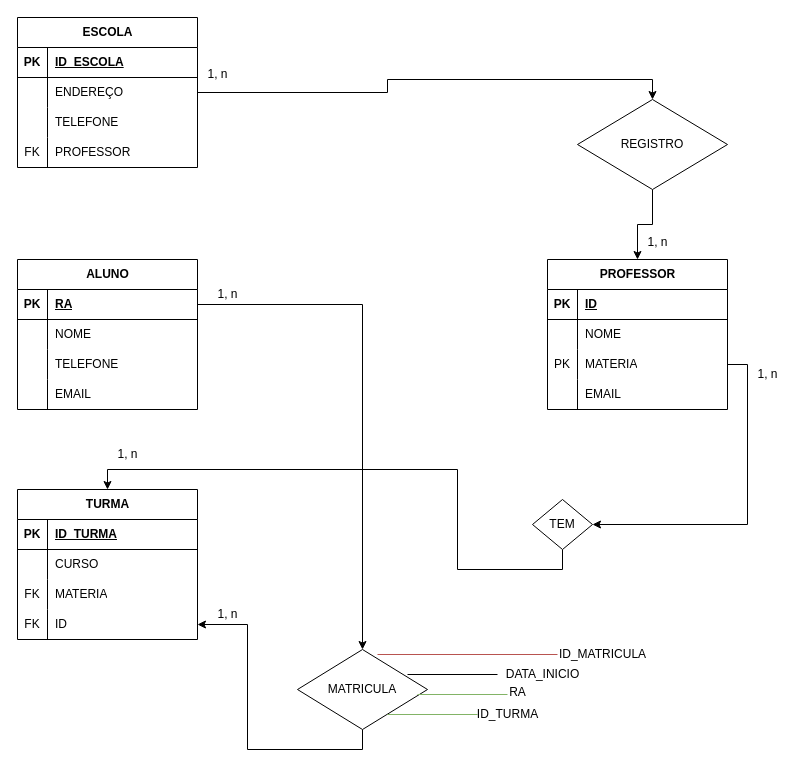
Above: BD de uma escola.drawio in FirmoDev/projeto (draw.io), before the change. Source tidied: cells renumbered, new cells numbered last; positions are measured from the earlier drawing's top-left corner, leaving out a move shared by most shapes. Both pictures are drawn from the tidied source at 100%, with x=0, y=0 at pixel (17, 17).
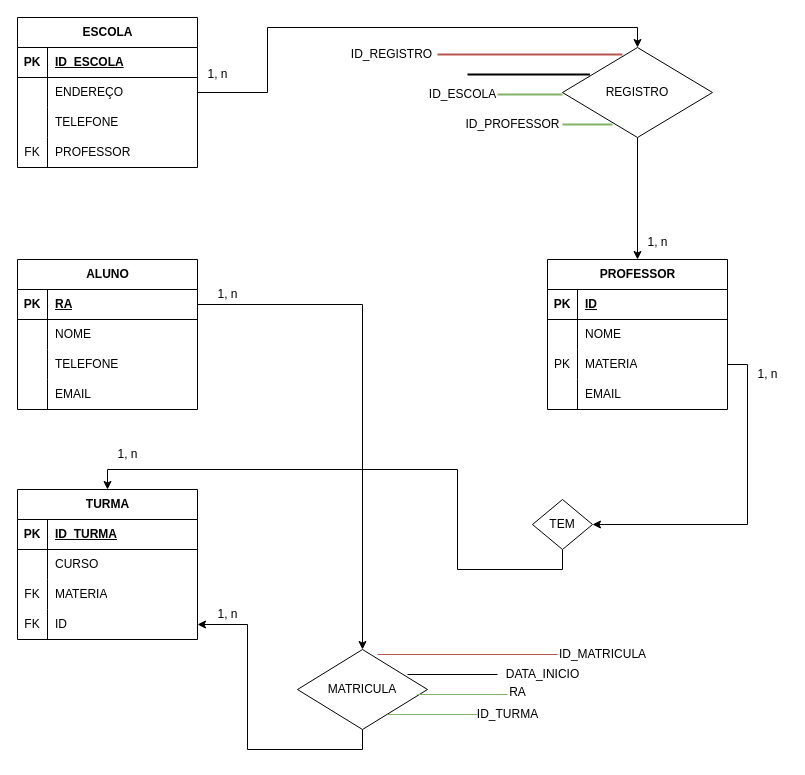
Above is the later version.

Commit message:
CRIAÇÃO DE ENTIDADE ASSOSIATIVA (REGISTRO)

Unchanged cells that the change refers to:
```xml
<mxCell id="19" style="shape=tableRow;horizontal=0;startSize=0;swimlaneHead=0;swimlaneBody=0;fillColor=none;points=[[0,0.5],[1,0.5]];portConstraint=eastwest;top=0;left=0;right=0;bottom=0;" parent="15" vertex="1">
  <mxGeometry y="60" width="180" height="30" as="geometry" />
</mxCell>
```

What changed in the source:
```diff
@@
     <mxCell id="60" value="REGISTRO" style="shape=rhombus;html=1;dashed=0;whiteSpace=wrap;perimeter=rhombusPerimeter;" parent="1" vertex="1">
-      <mxGeometry x="560" y="82" width="150" height="90" as="geometry" />
+      <mxGeometry x="545" y="30" width="150" height="90" as="geometry" />
     </mxCell>
     <mxCell id="61" style="edgeStyle=orthogonalEdgeStyle;rounded=0;jettySize=auto;html=1;entryX=0.5;entryY=0;entryDx=0;entryDy=0;" parent="1" edge="1" source="19" target="60">
-      <mxGeometry relative="1" as="geometry" />
+      <mxGeometry relative="1" as="geometry">
+        <Array as="points">
+          <mxPoint x="250" y="75" />
+          <mxPoint x="250" y="10" />
+          <mxPoint x="620" y="10" />
+        </Array>
+      </mxGeometry>
     </mxCell>
@@
+    <mxCell id="77" style="line;strokeWidth=2;html=1;fillColor=#f8cecc;strokeColor=#b85450;" parent="1" vertex="1">
+      <mxGeometry x="420" y="32" width="185" height="10" as="geometry" />
+    </mxCell>
+    <mxCell id="78" style="line;strokeWidth=2;html=1;" parent="1" vertex="1">
+      <mxGeometry x="450" y="52" width="122.5" height="10" as="geometry" />
+    </mxCell>
+    <mxCell id="79" style="line;strokeWidth=2;html=1;fillColor=#d5e8d4;strokeColor=#82b366;" parent="1" vertex="1">
+      <mxGeometry x="480" y="72" width="65" height="10" as="geometry" />
+    </mxCell>
+    <mxCell id="80" style="line;strokeWidth=2;html=1;fillColor=#d5e8d4;strokeColor=#82b366;" parent="1" vertex="1">
+      <mxGeometry x="545" y="102" width="50" height="10" as="geometry" />
+    </mxCell>
+    <mxCell id="81" value="ID_REGISTRO" style="text;html=1;align=center;verticalAlign=middle;strokeColor=none;fillColor=none;" parent="1" vertex="1">
+      <mxGeometry x="324" y="22" width="100" height="30" as="geometry" />
+    </mxCell>
+    <mxCell id="82" value="ID_ESCOLA" style="text;html=1;align=center;verticalAlign=middle;strokeColor=none;fillColor=none;" parent="1" vertex="1">
+      <mxGeometry x="400" y="62" width="90" height="30" as="geometry" />
+    </mxCell>
+    <mxCell id="83" value="ID_PROFESSOR" style="text;html=1;align=center;verticalAlign=middle;strokeColor=none;fillColor=none;" parent="1" vertex="1">
+      <mxGeometry x="435" y="92" width="120" height="30" as="geometry" />
+    </mxCell>
```
